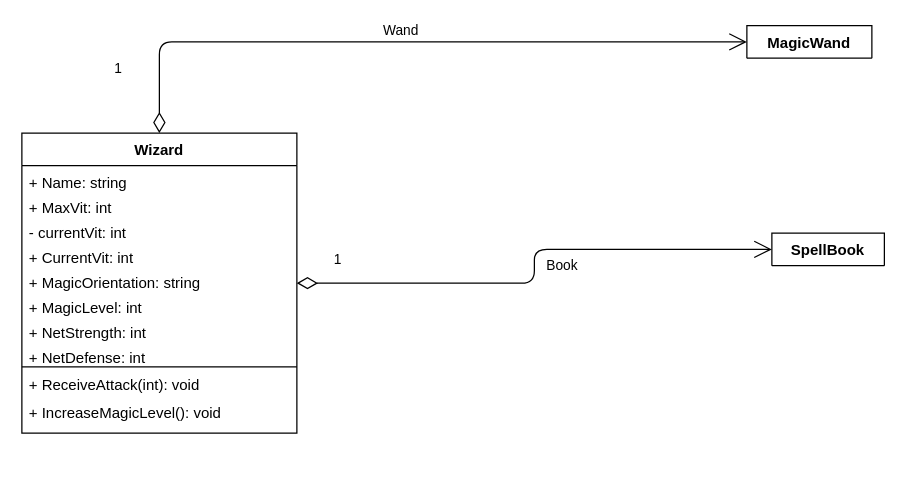
Earlier version of the draw.io diagram Assets/UML-diagrams/Wizard.drawio (ProgramacionII-Equipo3/PII_RoleplayGame_1_Start). Source tidied: cells renumbered, new cells numbered last; positions are measured from the earlier drawing's top-left corner, leaving out a move shared by most shapes. Both pictures are drawn from the tidied source at 125%, with x=0, y=0 at pixel (21, 25).
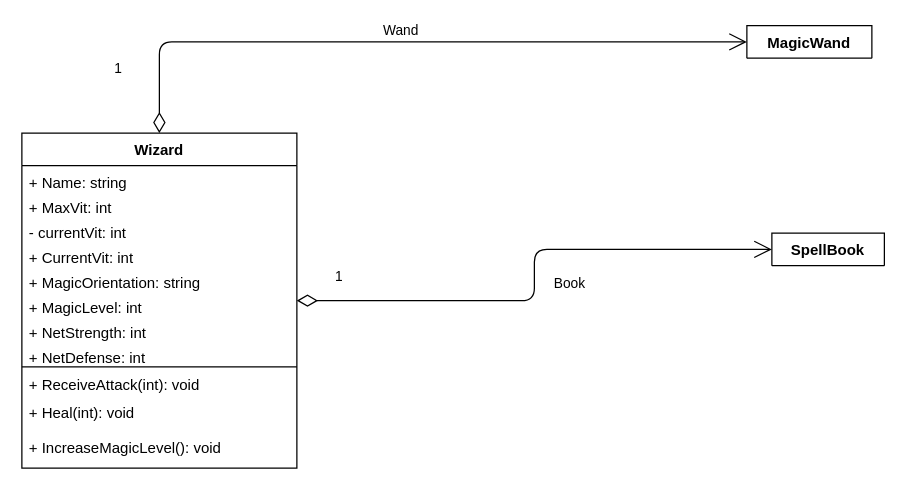
The same diagram, later.

Change to the diagram source:
```diff
@@
     <mxCell id="2" value="Wizard" style="swimlane;fontStyle=1;align=center;verticalAlign=top;horizontal=1;startSize=26;" parent="1" vertex="1">
-      <mxGeometry y="86" width="220" height="240" as="geometry" />
+      <mxGeometry y="86" width="220" height="268" as="geometry" />
     </mxCell>
@@
+    <mxCell id="21" value="+ Heal(int): void" style="text;strokeColor=none;fillColor=none;align=left;verticalAlign=top;spacingLeft=4;spacingRight=4;overflow=hidden;" parent="2" vertex="1">
+      <mxGeometry y="210" width="220" height="28" as="geometry" />
+    </mxCell>
     <mxCell id="13" value="+ IncreaseMagicLevel(): void" style="text;strokeColor=none;fillColor=none;align=left;verticalAlign=top;spacingLeft=4;spacingRight=4;overflow=hidden;" parent="2" vertex="1">
-      <mxGeometry y="210" width="220" height="30" as="geometry" />
+      <mxGeometry y="238" width="220" height="30" as="geometry" />
     </mxCell>
```
